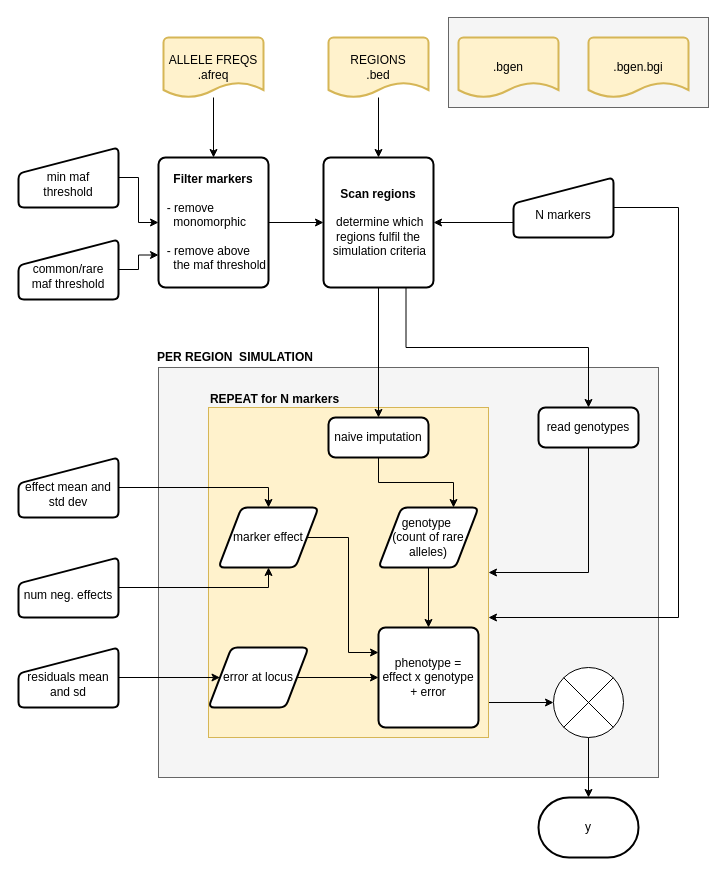
Earlier version of the draw.io diagram assets/a_johanssonPP_stage3.drawio (NBISweden/a_johansson_2020). Source tidied: cells renumbered, new cells numbered last; positions are measured from the earlier drawing's top-left corner, leaving out a move shared by most shapes. Both pictures are drawn from the tidied source at 100%, with x=0, y=0 at pixel (18, 17).
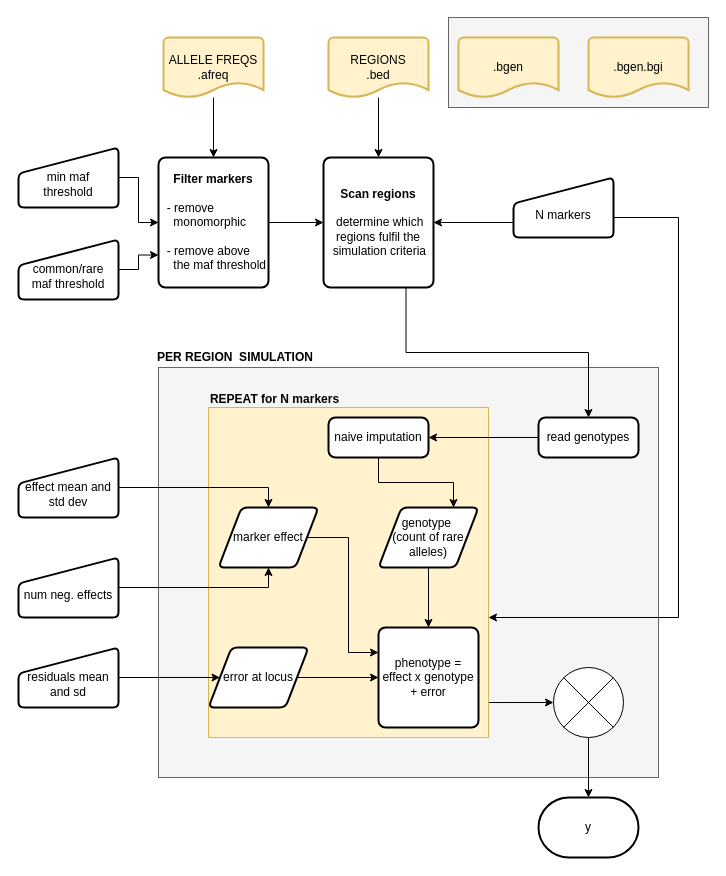
Above is the later version.

Commit message (it also covers changes not shown here):
simplify flowchart

Unchanged cells that the change refers to:
```xml
<mxCell id="5" style="rounded=0;whiteSpace=wrap;html=1;fillColor=#fff2cc;strokeColor=#d6b656;" parent="1" vertex="1">
  <mxGeometry x="190" y="390" width="280" height="330" as="geometry" />
</mxCell>
<mxCell id="20" value="&lt;b&gt;Scan regions&lt;/b&gt;&lt;br&gt;&lt;div style=&quot;font-weight: bold ; text-align: left&quot;&gt;&lt;span style=&quot;font-weight: normal&quot;&gt;&amp;nbsp;&amp;nbsp;&lt;/span&gt;&lt;/div&gt;&lt;div style=&quot;text-align: left&quot;&gt;&lt;span style=&quot;font-weight: normal&quot;&gt;&amp;nbsp; determine which&amp;nbsp;&lt;/span&gt;&lt;/div&gt;&lt;div style=&quot;text-align: left&quot;&gt;&lt;span style=&quot;font-weight: normal&quot;&gt;&amp;nbsp; regions&amp;nbsp;&lt;/span&gt;fulfil the&amp;nbsp;&lt;/div&gt;&lt;div style=&quot;text-align: left&quot;&gt;&amp;nbsp;simulation criteria&lt;/div&gt;" style="rounded=1;whiteSpace=wrap;html=1;absoluteArcSize=1;arcSize=14;strokeWidth=2;" parent="1" vertex="1">
  <mxGeometry x="305" y="140" width="110" height="130" as="geometry" />
</mxCell>
<mxCell id="23" value="&lt;br&gt;N markers" style="html=1;strokeWidth=2;shape=manualInput;whiteSpace=wrap;rounded=1;size=26;arcSize=11;" parent="1" vertex="1">
  <mxGeometry x="495" y="160" width="100" height="60" as="geometry" />
</mxCell>
<mxCell id="36" value="naive imputation" style="rounded=1;whiteSpace=wrap;html=1;absoluteArcSize=1;arcSize=14;strokeWidth=2;" parent="1" vertex="1">
  <mxGeometry x="310" y="400" width="100" height="40" as="geometry" />
</mxCell>
```

The edit, as a diff of the source:
```diff
@@
-    <mxCell id="18" style="edgeStyle=orthogonalEdgeStyle;rounded=0;jettySize=auto;html=1;exitX=0.5;exitY=1;exitDx=0;exitDy=0;entryX=0.5;entryY=0;entryDx=0;entryDy=0;" parent="1" edge="1" source="20" target="36">
-      <mxGeometry relative="1" as="geometry" />
-    </mxCell>
@@
     <mxCell id="22" style="edgeStyle=orthogonalEdgeStyle;rounded=0;jettySize=auto;html=1;exitX=1;exitY=0.5;exitDx=0;exitDy=0;" parent="1" edge="1" source="23">
       <mxGeometry relative="1" as="geometry">
         <mxPoint x="470" y="600" as="targetPoint" />
         <Array as="points">
-          <mxPoint x="660" y="190" />
+          <mxPoint x="595" y="200" />
+          <mxPoint x="660" y="200" />
           <mxPoint x="660" y="600" />
-          <mxPoint x="470" y="600" />
         </Array>
       </mxGeometry>
     </mxCell>
@@
-    <mxCell id="44" style="edgeStyle=orthogonalEdgeStyle;rounded=0;jettySize=auto;html=1;exitX=0.5;exitY=1;exitDx=0;exitDy=0;entryX=1;entryY=0.5;entryDx=0;entryDy=0;" parent="1" edge="1" source="45" target="5">
-      <mxGeometry relative="1" as="geometry" />
-    </mxCell>
+    <mxCell id="47" style="edgeStyle=orthogonalEdgeStyle;rounded=0;jettySize=auto;html=1;exitX=0;exitY=0.5;exitDx=0;exitDy=0;entryX=1;entryY=0.5;entryDx=0;entryDy=0;" parent="1" edge="1" source="45" target="36">
+      <mxGeometry relative="1" as="geometry" />
+    </mxCell>
     <mxCell id="45" value="read genotypes" style="rounded=1;whiteSpace=wrap;html=1;absoluteArcSize=1;arcSize=14;strokeWidth=2;" parent="1" vertex="1">
-      <mxGeometry x="520" y="390" width="100" height="40" as="geometry" />
+      <mxGeometry x="520" y="400" width="100" height="40" as="geometry" />
     </mxCell>
```
